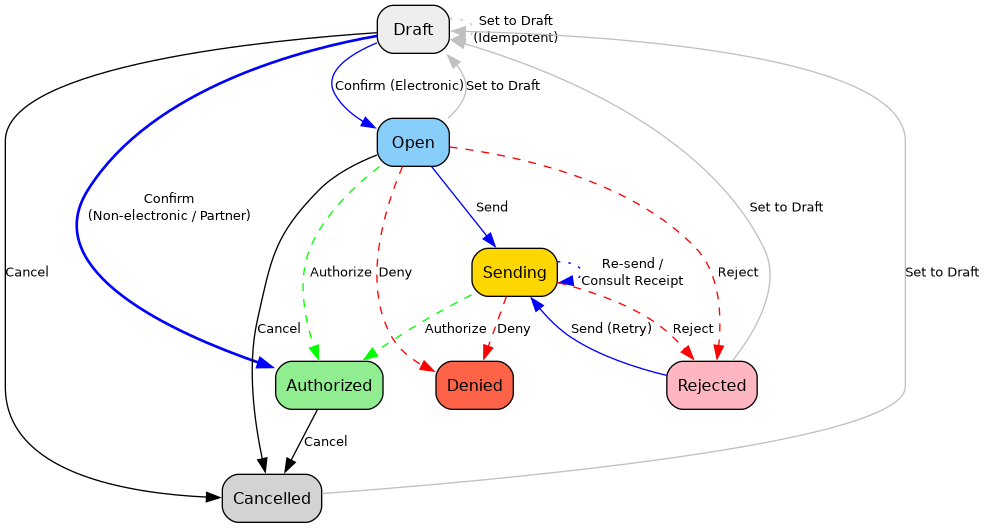
Earlier version of the Graphviz export l10n_br_fiscal_edi/static/description/fsm_graph.png (OCA/l10n-brazil). Its source is kept beside it as l10n_br_fiscal_edi/static/description/fsm_graph.dot.
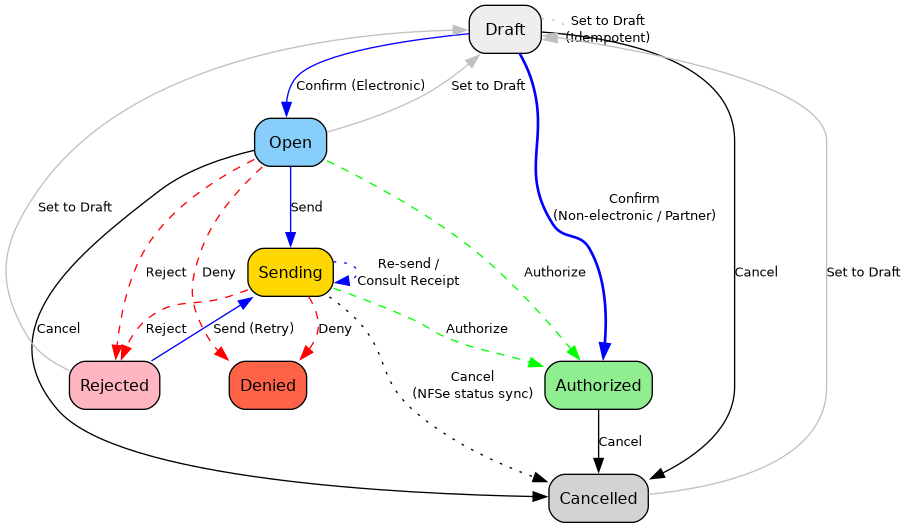
Above is the later version.

Commit message:
[FIX] l10n_br_fiscal_edi: allow cancel from enviada for NFSe status sync

What changed in the source:
```diff
@@ -34,6 +34,7 @@
     authorized -> cancel [label="Cancel", color="black"];
     open -> cancel [label="Cancel", color="black"];
     draft -> cancel [label="Cancel", color="black"];
+    sending -> cancel [label="Cancel\n(NFSe status sync)", color="black", style="dotted"];
 
     # Back to Draft
     open -> draft [label="Set to Draft", color="gray"];
```
